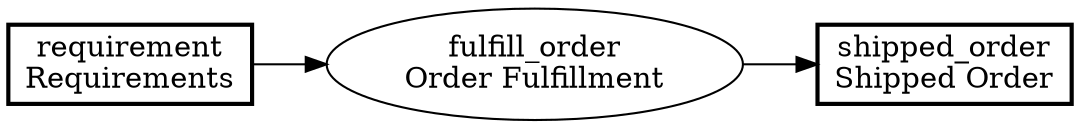
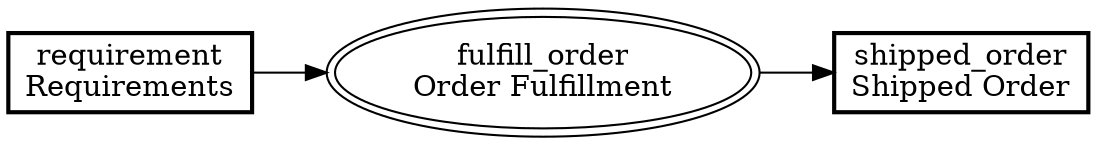
digraph PFDSL {
  rankdir=LR;
  newrank=true;

-   "fulfill_order" [shape=ellipse, label="fulfill_order\nOrder Fulfillment", tooltip="Order Fulfillment\nsubflow: ./12-subflow-detail.pfdsl"];
+   "fulfill_order" [shape=ellipse, label="fulfill_order\nOrder Fulfillment", tooltip="Order Fulfillment\nsubflow: ./12-subflow-detail.pfdsl", peripheries="2"];
  "requirement" [shape=box, label="requirement\nRequirements", penwidth="2"];
  "shipped_order" [shape=box, label="shipped_order\nShipped Order", penwidth="2"];

  "requirement" -> "fulfill_order";
  "fulfill_order" -> "shipped_order";
}
